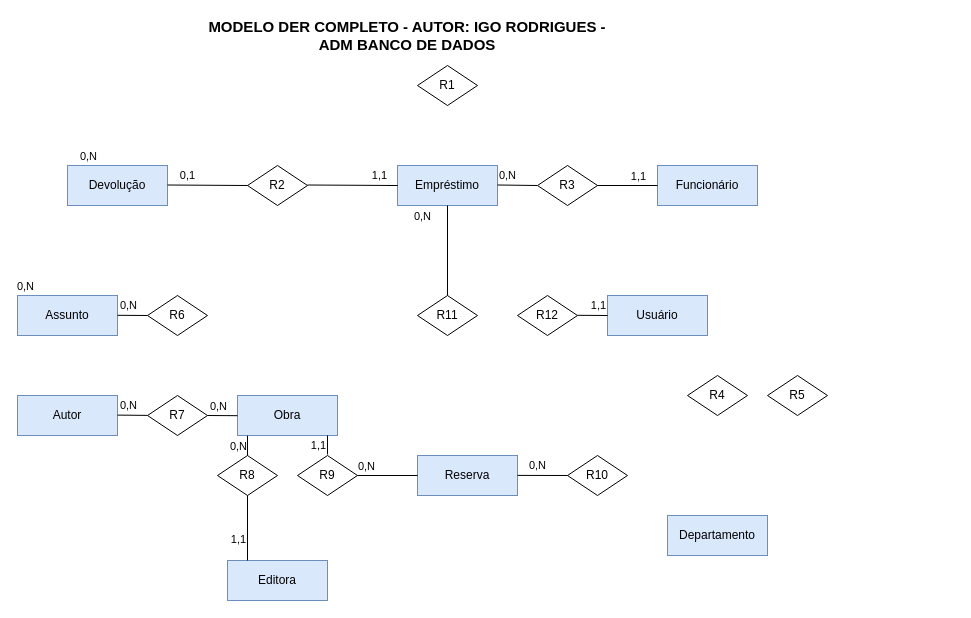
Above: 01_MODELO_DER_COMPLETO_IGORC.drawio in igopotypi/IGORARTES (draw.io), before the change. Source tidied: cells renumbered, new cells numbered last; positions are measured from the earlier drawing's top-left corner, leaving out a move shared by most shapes. Both pictures are drawn from the tidied source at 100%, with x=0, y=0 at pixel (17, 25).
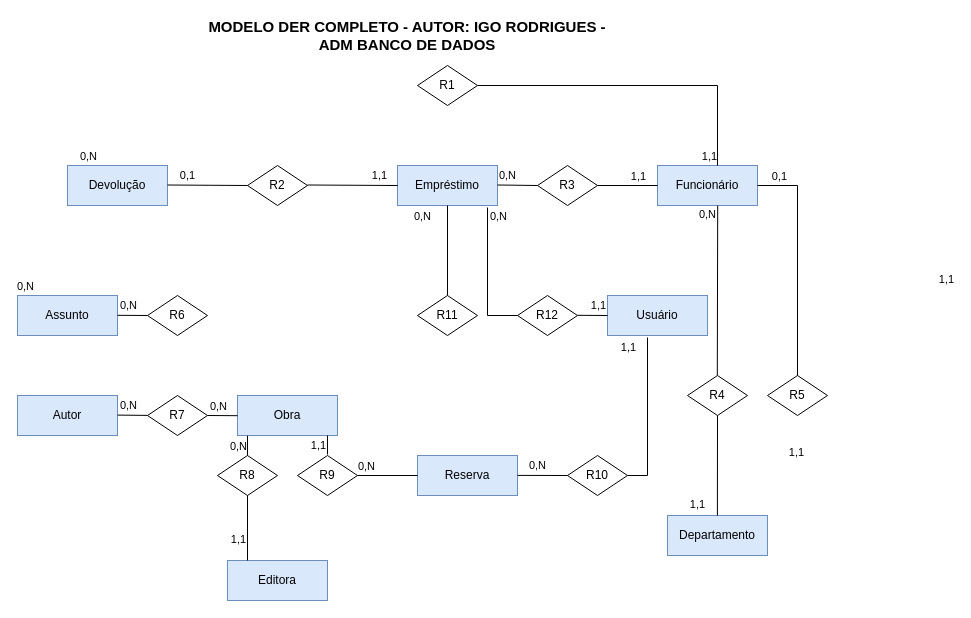
Above is the later version.

Unchanged cells that the change refers to:
```xml
<mxCell id="6" value="Funcionário" style="whiteSpace=wrap;html=1;align=center;fillColor=#dae8fc;strokeColor=#6c8ebf;" parent="1" vertex="1">
  <mxGeometry x="640" y="140" width="100" height="40" as="geometry" />
</mxCell>
<mxCell id="17" value="R12" style="shape=rhombus;perimeter=rhombusPerimeter;whiteSpace=wrap;html=1;align=center;" parent="1" vertex="1">
  <mxGeometry x="500" y="270" width="60" height="40" as="geometry" />
</mxCell>
<mxCell id="18" value="R4" style="shape=rhombus;perimeter=rhombusPerimeter;whiteSpace=wrap;html=1;align=center;" parent="1" vertex="1">
  <mxGeometry x="670" y="350" width="60" height="40" as="geometry" />
</mxCell>
<mxCell id="19" value="R5" style="shape=rhombus;perimeter=rhombusPerimeter;whiteSpace=wrap;html=1;align=center;" parent="1" vertex="1">
  <mxGeometry x="750" y="350" width="60" height="40" as="geometry" />
</mxCell>
<mxCell id="20" value="R10" style="shape=rhombus;perimeter=rhombusPerimeter;whiteSpace=wrap;html=1;align=center;" parent="1" vertex="1">
  <mxGeometry x="550" y="430" width="60" height="40" as="geometry" />
</mxCell>
<mxCell id="24" value="R1" style="shape=rhombus;perimeter=rhombusPerimeter;whiteSpace=wrap;html=1;align=center;" parent="1" vertex="1">
  <mxGeometry x="400" y="40" width="60" height="40" as="geometry" />
</mxCell>
<mxCell id="30" style="endArrow=none;html=1;rounded=0;" parent="1" edge="1">
  <mxGeometry relative="1" as="geometry">
    <mxPoint x="480" y="159.5" as="sourcePoint" />
    <mxPoint x="520" y="160" as="targetPoint" />
  </mxGeometry>
</mxCell>
```

Diff of the diagram source:
```diff
@@
+    <mxCell id="55" value="0,N" style="edgeLabel;html=1;align=center;verticalAlign=middle;" parent="30" vertex="1">
+      <mxGeometry x="-0.47" y="2" relative="1" as="geometry">
+        <mxPoint x="-10.3" y="32.4" as="offset" />
+      </mxGeometry>
+    </mxCell>
@@
+    <mxCell id="56" style="endArrow=none;html=1;rounded=0;entryX=0.5;entryY=1;entryDx=0;entryDy=0;" parent="1" edge="1" target="18">
+      <mxGeometry relative="1" as="geometry">
+        <mxPoint x="699.9" y="490" as="sourcePoint" />
+      </mxGeometry>
+    </mxCell>
+    <mxCell id="57" value="1,1" style="edgeLabel;html=1;align=center;verticalAlign=middle;" parent="56" vertex="1">
+      <mxGeometry x="-0.47" y="2" relative="1" as="geometry">
+        <mxPoint x="-18" y="15.4" as="offset" />
+      </mxGeometry>
+    </mxCell>
+    <mxCell id="58" style="endArrow=none;html=1;rounded=0;entryX=0.602;entryY=1.002;entryDx=0;entryDy=0;entryPerimeter=0;" parent="1" edge="1" target="6">
+      <mxGeometry relative="1" as="geometry">
+        <mxPoint x="699.8" y="350" as="sourcePoint" />
+      </mxGeometry>
+    </mxCell>
+    <mxCell id="59" value="0,N" style="edgeLabel;html=1;align=center;verticalAlign=middle;" parent="58" vertex="1">
+      <mxGeometry x="-0.47" y="2" relative="1" as="geometry">
+        <mxPoint x="-8" y="-116" as="offset" />
+      </mxGeometry>
+    </mxCell>
+    <mxCell id="60" style="endArrow=none;html=1;rounded=0;exitX=1;exitY=0.5;exitDx=0;exitDy=0;entryX=0.6;entryY=0;entryDx=0;entryDy=0;entryPerimeter=0;" parent="1" edge="1" source="24" target="6">
+      <mxGeometry relative="1" as="geometry">
+        <Array as="points">
+          <mxPoint x="700" y="60" />
+        </Array>
+      </mxGeometry>
+    </mxCell>
+    <mxCell id="61" value="1,1" style="edgeLabel;html=1;align=center;verticalAlign=middle;" parent="60" vertex="1">
+      <mxGeometry x="-0.47" y="2" relative="1" as="geometry">
+        <mxPoint x="146" y="72" as="offset" />
+      </mxGeometry>
+    </mxCell>
+    <mxCell id="62" value="0,1" style="edgeLabel;html=1;align=center;verticalAlign=middle;" parent="60" vertex="1">
+      <mxGeometry x="-0.47" y="2" relative="1" as="geometry">
+        <mxPoint x="216" y="92" as="offset" />
+      </mxGeometry>
+    </mxCell>
+    <mxCell id="63" style="endArrow=none;html=1;rounded=0;entryX=0.5;entryY=0;entryDx=0;entryDy=0;" parent="1" edge="1" target="19">
+      <mxGeometry relative="1" as="geometry">
+        <mxPoint x="740" y="160" as="sourcePoint" />
+        <Array as="points">
+          <mxPoint x="780" y="160" />
+        </Array>
+      </mxGeometry>
+    </mxCell>
+    <mxCell id="64" value="1,1" style="edgeLabel;html=1;align=center;verticalAlign=middle;" parent="63" vertex="1">
+      <mxGeometry x="-0.47" y="2" relative="1" as="geometry">
+        <mxPoint x="146" y="72" as="offset" />
+      </mxGeometry>
+    </mxCell>
+    <mxCell id="65" style="endArrow=none;html=1;rounded=0;entryX=0;entryY=0.5;entryDx=0;entryDy=0;" parent="1" edge="1" target="17">
+      <mxGeometry relative="1" as="geometry">
+        <mxPoint x="470" y="182" as="sourcePoint" />
+        <Array as="points">
+          <mxPoint x="470" y="290" />
+        </Array>
+      </mxGeometry>
+    </mxCell>
+    <mxCell id="66" value="1,1" style="edgeLabel;html=1;align=center;verticalAlign=middle;" parent="65" vertex="1">
+      <mxGeometry x="-0.47" y="2" relative="1" as="geometry">
+        <mxPoint x="138" y="102" as="offset" />
+      </mxGeometry>
+    </mxCell>
+    <mxCell id="67" style="endArrow=none;html=1;rounded=0;entryX=1;entryY=0.5;entryDx=0;entryDy=0;" parent="1" edge="1" target="20">
+      <mxGeometry relative="1" as="geometry">
+        <mxPoint x="630" y="312" as="sourcePoint" />
+        <Array as="points">
+          <mxPoint x="630" y="450" />
+        </Array>
+      </mxGeometry>
+    </mxCell>
+    <mxCell id="68" value="1,1" style="edgeLabel;html=1;align=center;verticalAlign=middle;" parent="67" vertex="1">
+      <mxGeometry x="-0.47" y="2" relative="1" as="geometry">
+        <mxPoint x="146" y="72" as="offset" />
+      </mxGeometry>
+    </mxCell>
```
